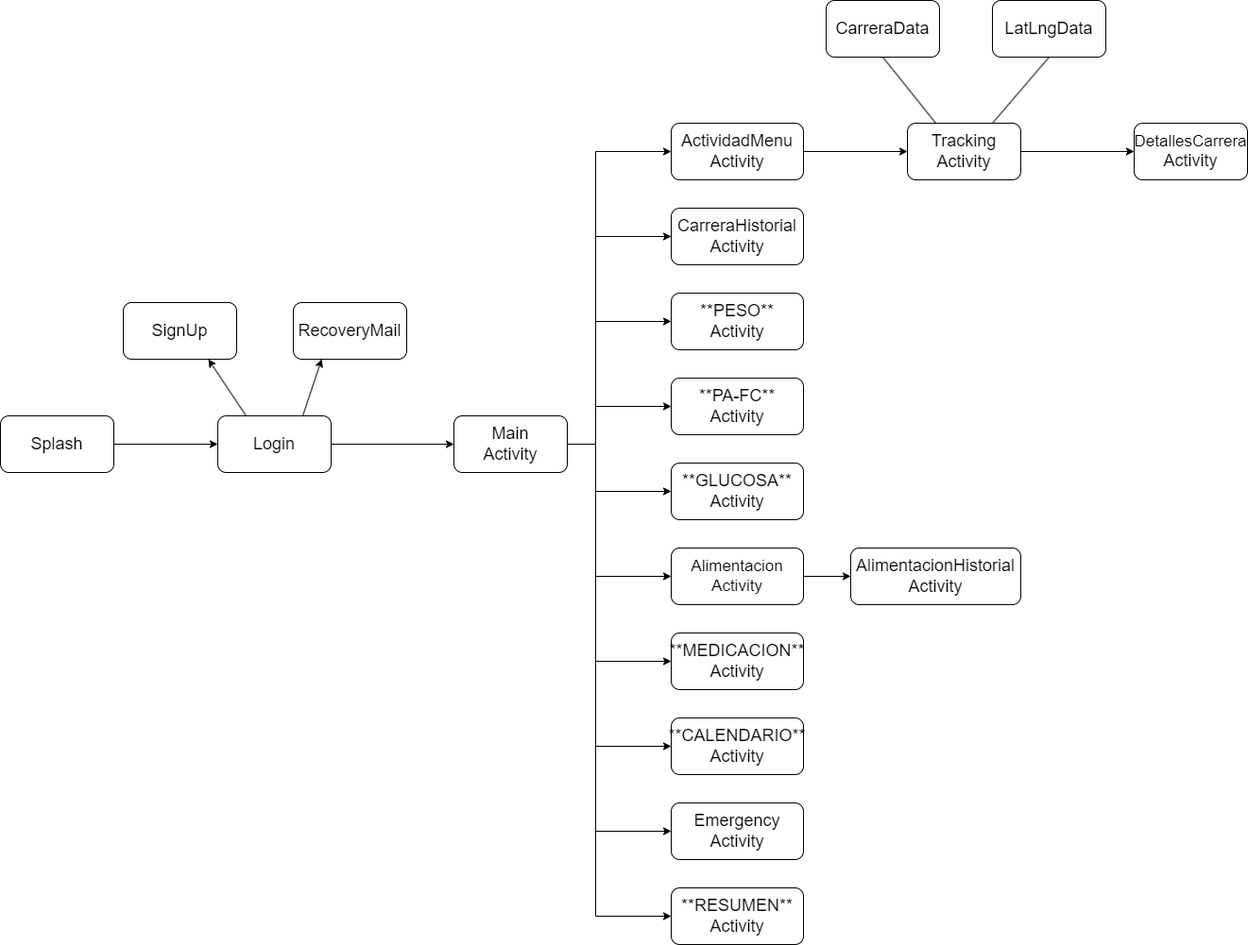
This is Diagramas/Clases.png from aleaguiard/SaludEnMarcha, a draw.io export, as it was before one commit. Source tidied: cells renumbered, new cells last; positions are measured from the earlier drawing's top-left corner, leaving out a move shared by most shapes.
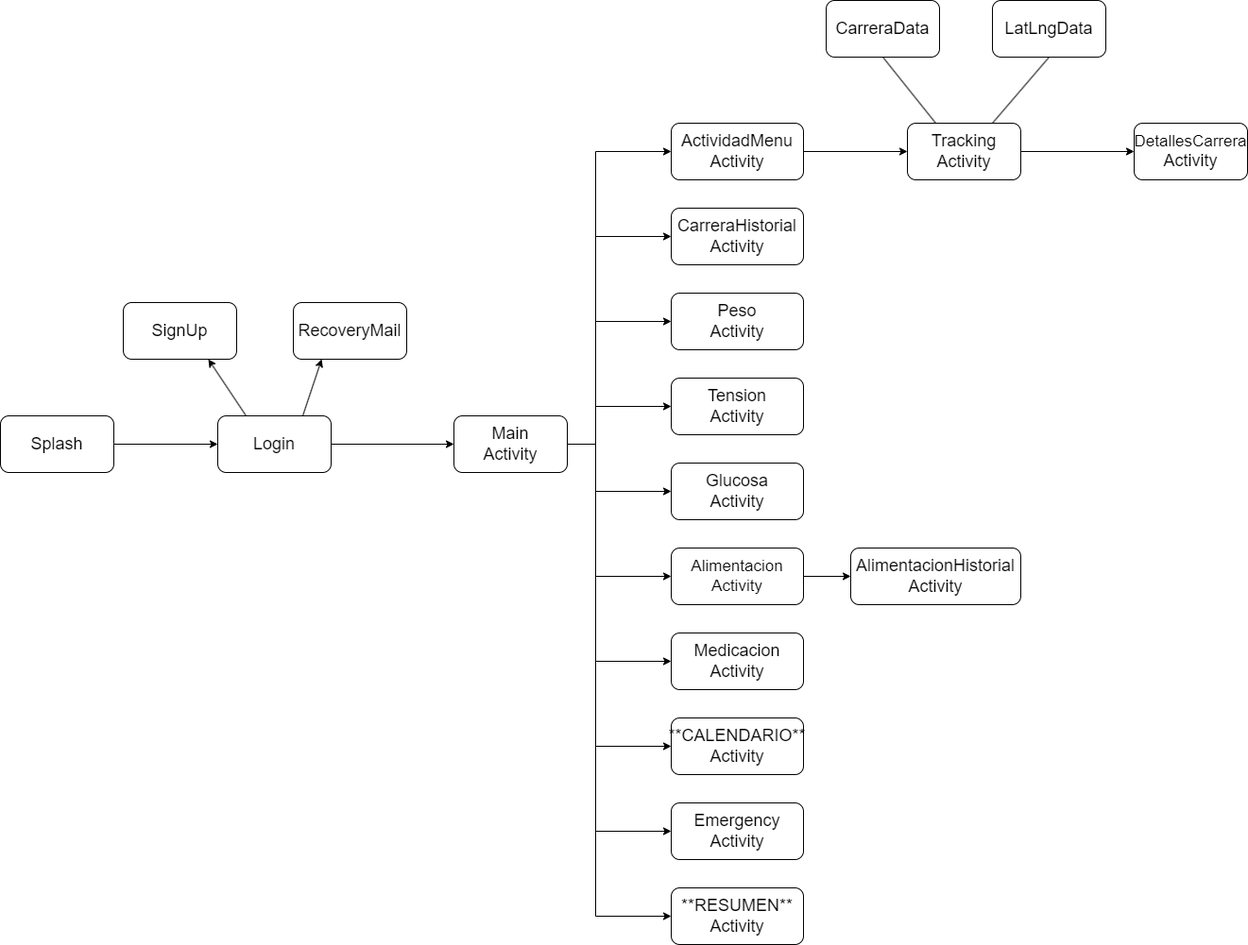
After the change.

Commit message:
Actualizacion diagramas

What changed in the source:
```diff
@@ -44,7 +44,7 @@
     <mxCell id="15" value="&lt;font&gt;&lt;font style=&quot;font-size: 17px&quot;&gt;DetallesCarrera&lt;/font&gt;&lt;br&gt;&lt;span style=&quot;font-size: 18px&quot;&gt;Activity&lt;/span&gt;&lt;br&gt;&lt;/font&gt;" style="rounded=1;whiteSpace=wrap;html=1;" parent="1" vertex="1">
       <mxGeometry x="1200" y="130" width="120" height="60" as="geometry" />
     </mxCell>
-    <mxCell id="16" value="&lt;font style=&quot;font-size: 18px&quot;&gt;**MEDICACION**&lt;br&gt;Activity&lt;br&gt;&lt;/font&gt;" style="rounded=1;whiteSpace=wrap;html=1;" parent="1" vertex="1">
+    <mxCell id="16" value="&lt;font style=&quot;font-size: 18px&quot;&gt;Medicacion&lt;br&gt;Activity&lt;br&gt;&lt;/font&gt;" style="rounded=1;whiteSpace=wrap;html=1;" parent="1" vertex="1">
       <mxGeometry x="710" y="670" width="140" height="60" as="geometry" />
     </mxCell>
     <mxCell id="17" style="edgeStyle=none;jettySize=auto;html=1;exitX=1;exitY=0.5;exitDx=0;exitDy=0;entryX=0;entryY=0.5;entryDx=0;entryDy=0;" parent="1" edge="1" source="18" target="19">
@@ -59,13 +59,13 @@
     <mxCell id="20" value="&lt;font style=&quot;font-size: 18px&quot;&gt;Emergency&lt;br&gt;Activity&lt;br&gt;&lt;/font&gt;" style="rounded=1;whiteSpace=wrap;html=1;" parent="1" vertex="1">
       <mxGeometry x="710" y="850" width="140" height="60" as="geometry" />
     </mxCell>
-    <mxCell id="21" value="&lt;font style=&quot;font-size: 18px&quot;&gt;**PESO**&lt;br&gt;Activity&lt;br&gt;&lt;/font&gt;" style="rounded=1;whiteSpace=wrap;html=1;" parent="1" vertex="1">
+    <mxCell id="21" value="&lt;font style=&quot;font-size: 18px&quot;&gt;Peso&lt;br&gt;Activity&lt;br&gt;&lt;/font&gt;" style="rounded=1;whiteSpace=wrap;html=1;" parent="1" vertex="1">
       <mxGeometry x="710" y="310" width="140" height="60" as="geometry" />
     </mxCell>
-    <mxCell id="22" value="&lt;font style=&quot;font-size: 18px&quot;&gt;**PA-FC**&lt;br&gt;Activity&lt;br&gt;&lt;/font&gt;" style="rounded=1;whiteSpace=wrap;html=1;" parent="1" vertex="1">
+    <mxCell id="22" value="&lt;font style=&quot;font-size: 18px&quot;&gt;Tension&lt;br&gt;Activity&lt;br&gt;&lt;/font&gt;" style="rounded=1;whiteSpace=wrap;html=1;" parent="1" vertex="1">
       <mxGeometry x="710" y="400" width="140" height="60" as="geometry" />
     </mxCell>
-    <mxCell id="23" value="&lt;font style=&quot;font-size: 18px&quot;&gt;**GLUCOSA**&lt;br&gt;Activity&lt;br&gt;&lt;/font&gt;" style="rounded=1;whiteSpace=wrap;html=1;" parent="1" vertex="1">
+    <mxCell id="23" value="&lt;font style=&quot;font-size: 18px&quot;&gt;Glucosa&lt;br&gt;Activity&lt;br&gt;&lt;/font&gt;" style="rounded=1;whiteSpace=wrap;html=1;" parent="1" vertex="1">
       <mxGeometry x="710" y="490" width="140" height="60" as="geometry" />
     </mxCell>
     <mxCell id="24" value="&lt;font style=&quot;font-size: 18px&quot;&gt;**CALENDARIO**&lt;br&gt;Activity&lt;br&gt;&lt;/font&gt;" style="rounded=1;whiteSpace=wrap;html=1;" parent="1" vertex="1">
```
